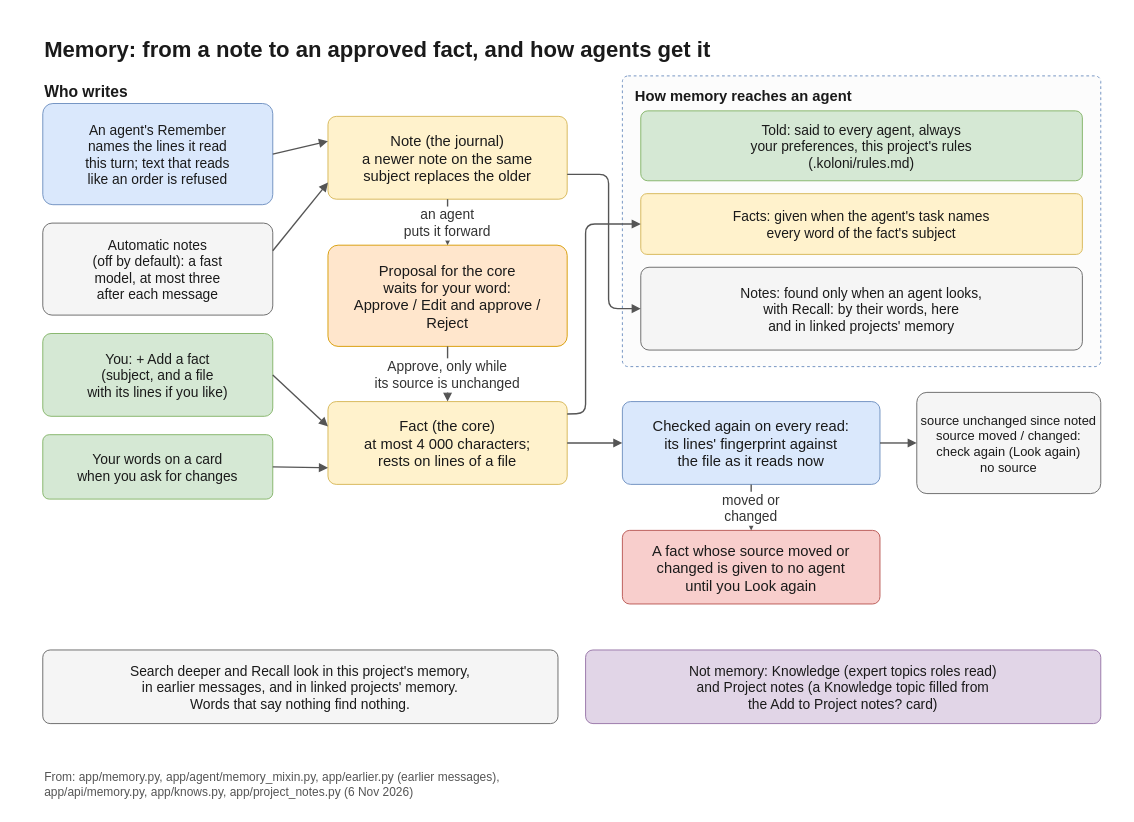
Before: docs/diagrams/memory.drawio in flyingriverhorse/Koloni, a draw.io diagram. Source tidied: cells renumbered, new cells numbered last; positions are measured from the earlier drawing's top-left corner, leaving out a move shared by most shapes. Both pictures are drawn from the tidied source at 92%, with x=0, y=0 at pixel (15, 15).
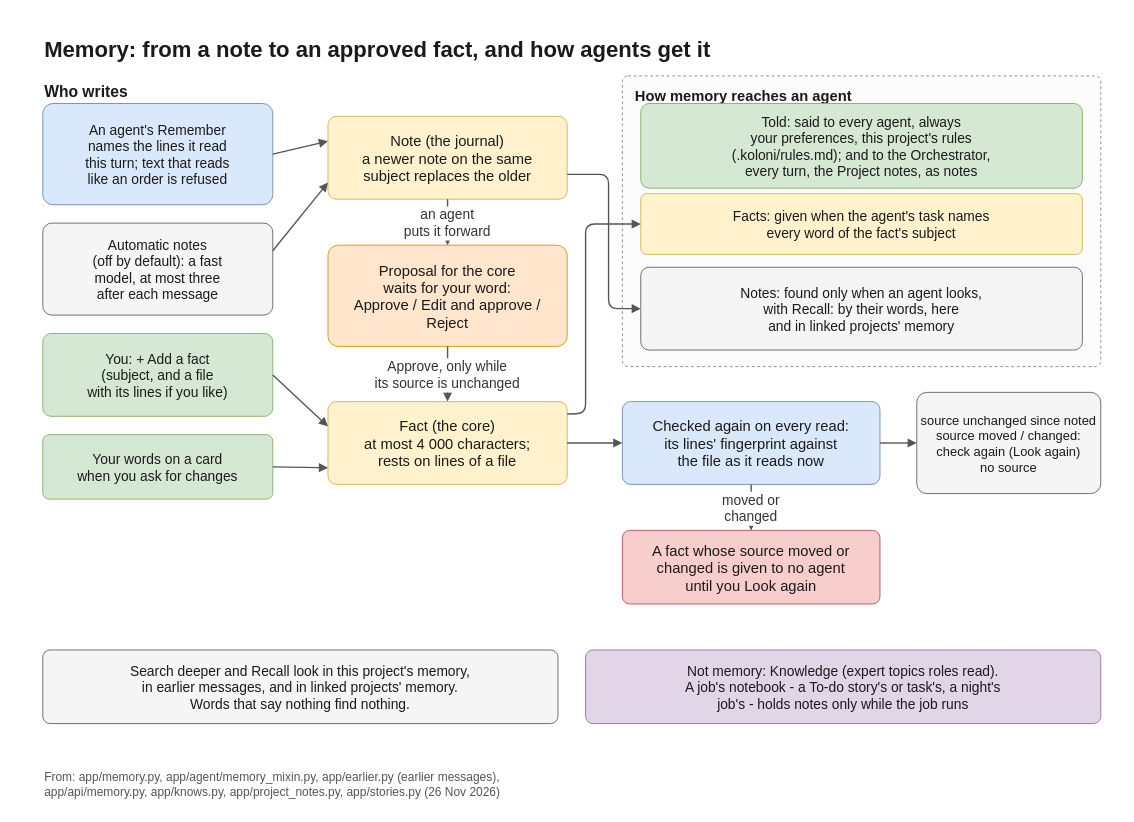
After the change.

Commit message (it also covers changes not shown here):
docs: notes in two places - Memory's Project notes and the job's notebook

Diff of the diagram source:
```diff
@@
-    <mxCell id="25" value="Told: said to every agent, always&#10;your preferences, this project's rules&#10;(.koloni/rules.md)" style="rounded=1;arcSize=10;fillColor=#d5e8d4;strokeColor=#82b366;fontFamily=Helvetica;fontColor=#1a1a1a;fontSize=15;spacing=6;" parent="1" vertex="1">
-      <mxGeometry x="680" y="104" width="480" height="76" as="geometry" />
+    <mxCell id="25" value="Told: said to every agent, always&#10;your preferences, this project's rules&#10;(.koloni/rules.md); and to the Orchestrator,&#10;every turn, the Project notes, as notes" style="rounded=1;arcSize=10;fillColor=#d5e8d4;strokeColor=#82b366;fontFamily=Helvetica;fontColor=#1a1a1a;fontSize=15;spacing=6;" parent="1" vertex="1">
+      <mxGeometry x="680" y="96" width="480" height="92" as="geometry" />
     </mxCell>
@@
-    <mxCell id="31" value="Not memory: Knowledge (expert topics roles read)&#10;and Project notes (a Knowledge topic filled from&#10;the Add to Project notes? card)" style="rounded=1;arcSize=10;fillColor=#e1d5e7;strokeColor=#9673a6;fontFamily=Helvetica;fontColor=#1a1a1a;fontSize=15;spacing=6;" parent="1" vertex="1">
+    <mxCell id="31" value="Not memory: Knowledge (expert topics roles read).&#10;A job's notebook - a To-do story's or task's, a night's&#10;job's - holds notes only while the job runs" style="rounded=1;arcSize=10;fillColor=#e1d5e7;strokeColor=#9673a6;fontFamily=Helvetica;fontColor=#1a1a1a;fontSize=15;spacing=6;" parent="1" vertex="1">
       <mxGeometry x="620" y="690" width="560" height="80" as="geometry" />
     </mxCell>
-    <mxCell id="32" value="From: app/memory.py, app/agent/memory_mixin.py, app/earlier.py (earlier messages),&#10;app/api/memory.py, app/knows.py, app/project_notes.py (6 Nov 2026)" style="text;strokeColor=none;fillColor=none;fontFamily=Helvetica;fontColor=#555555;fontSize=13;align=left;verticalAlign=top;" parent="1" vertex="1">
+    <mxCell id="32" value="From: app/memory.py, app/agent/memory_mixin.py, app/earlier.py (earlier messages),&#10;app/api/memory.py, app/knows.py, app/project_notes.py, app/stories.py (26 Nov 2026)" style="text;strokeColor=none;fillColor=none;fontFamily=Helvetica;fontColor=#555555;fontSize=13;align=left;verticalAlign=top;" parent="1" vertex="1">
       <mxGeometry x="30" y="814" width="1140" height="40" as="geometry" />
     </mxCell>
```
